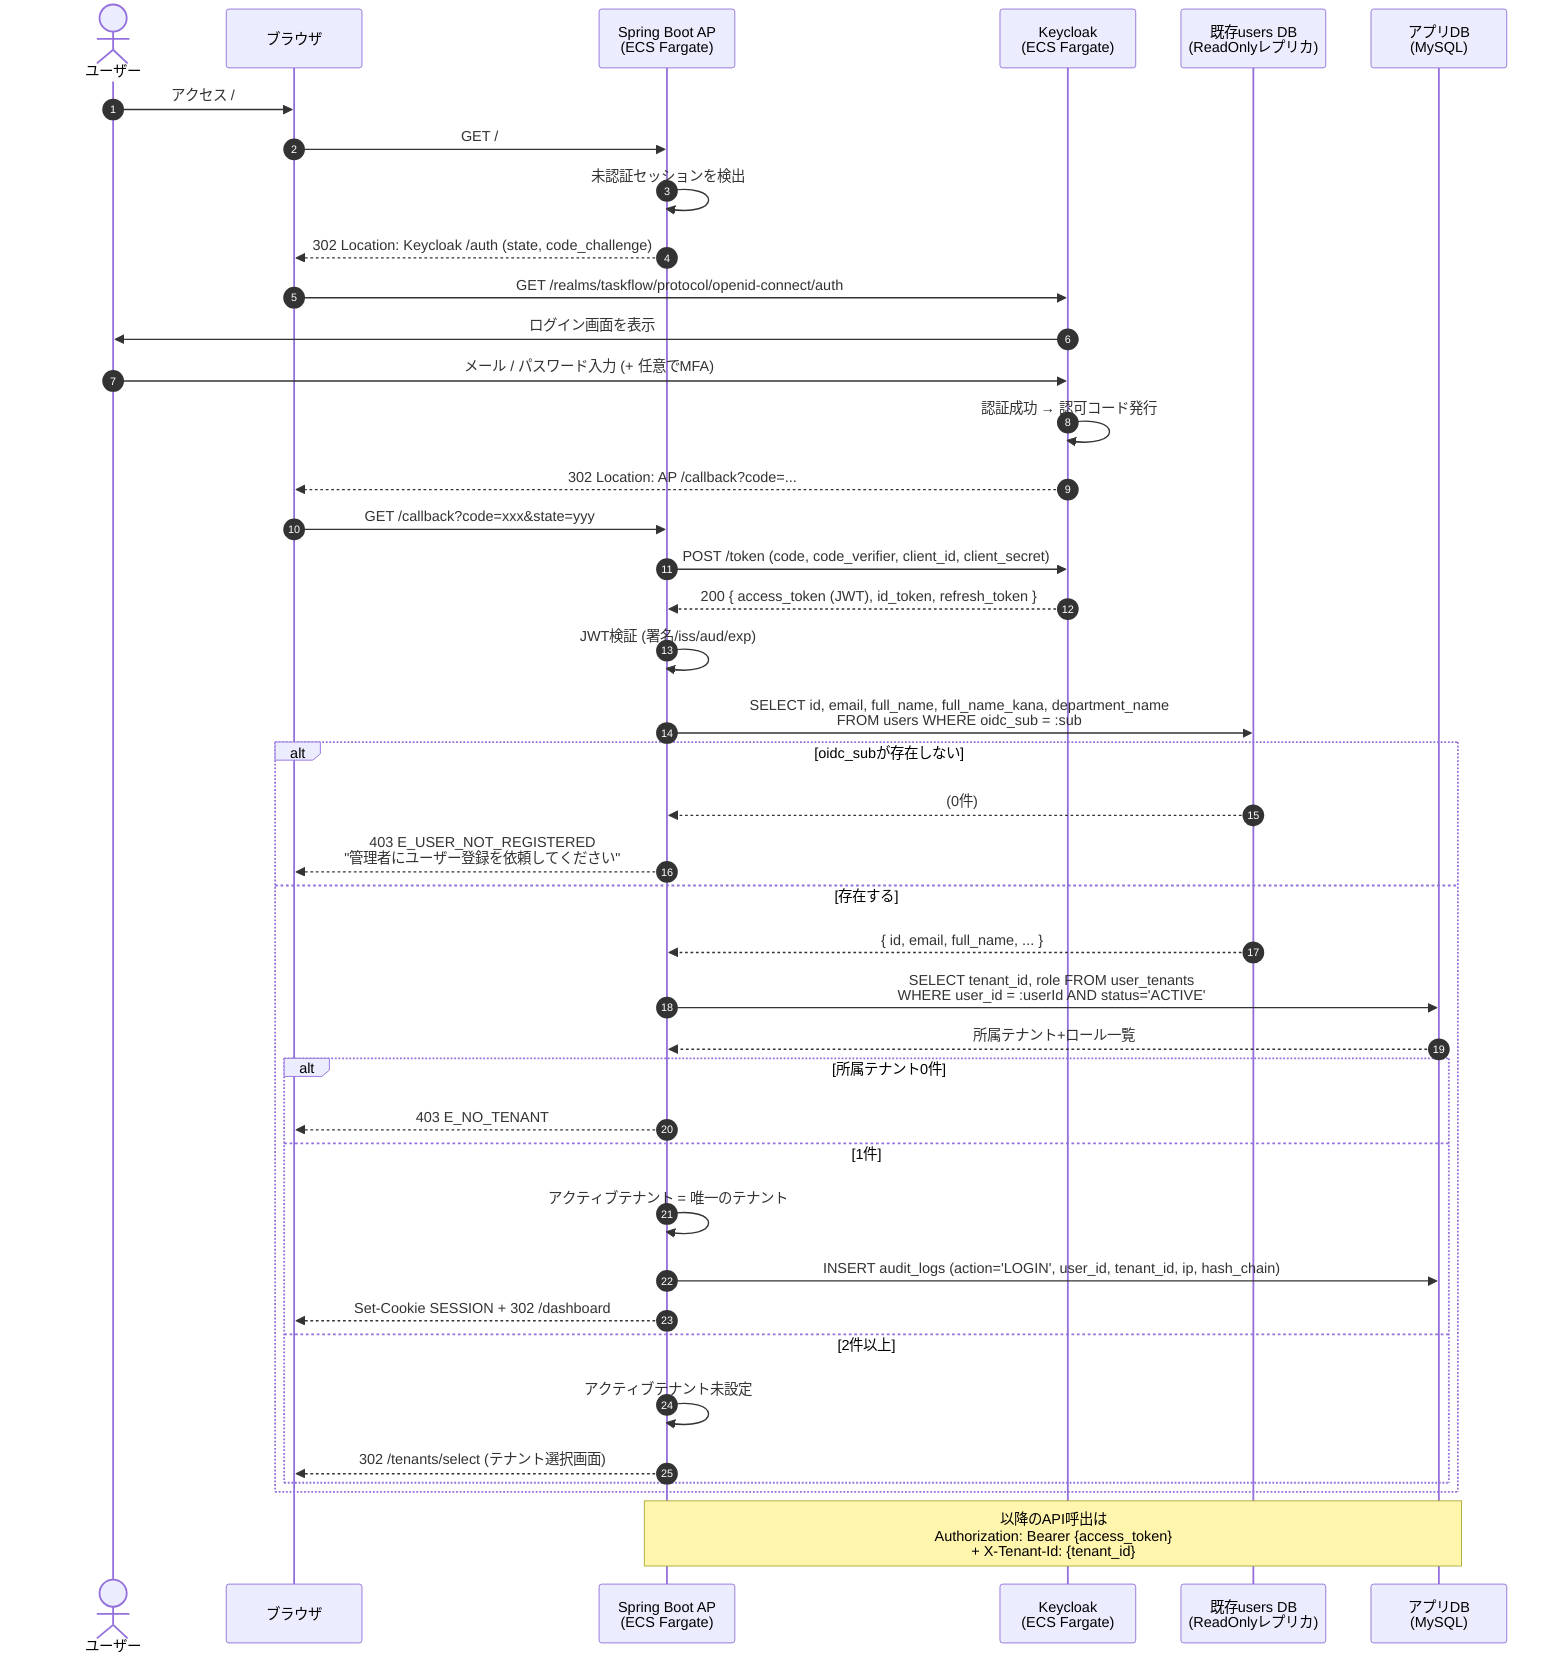
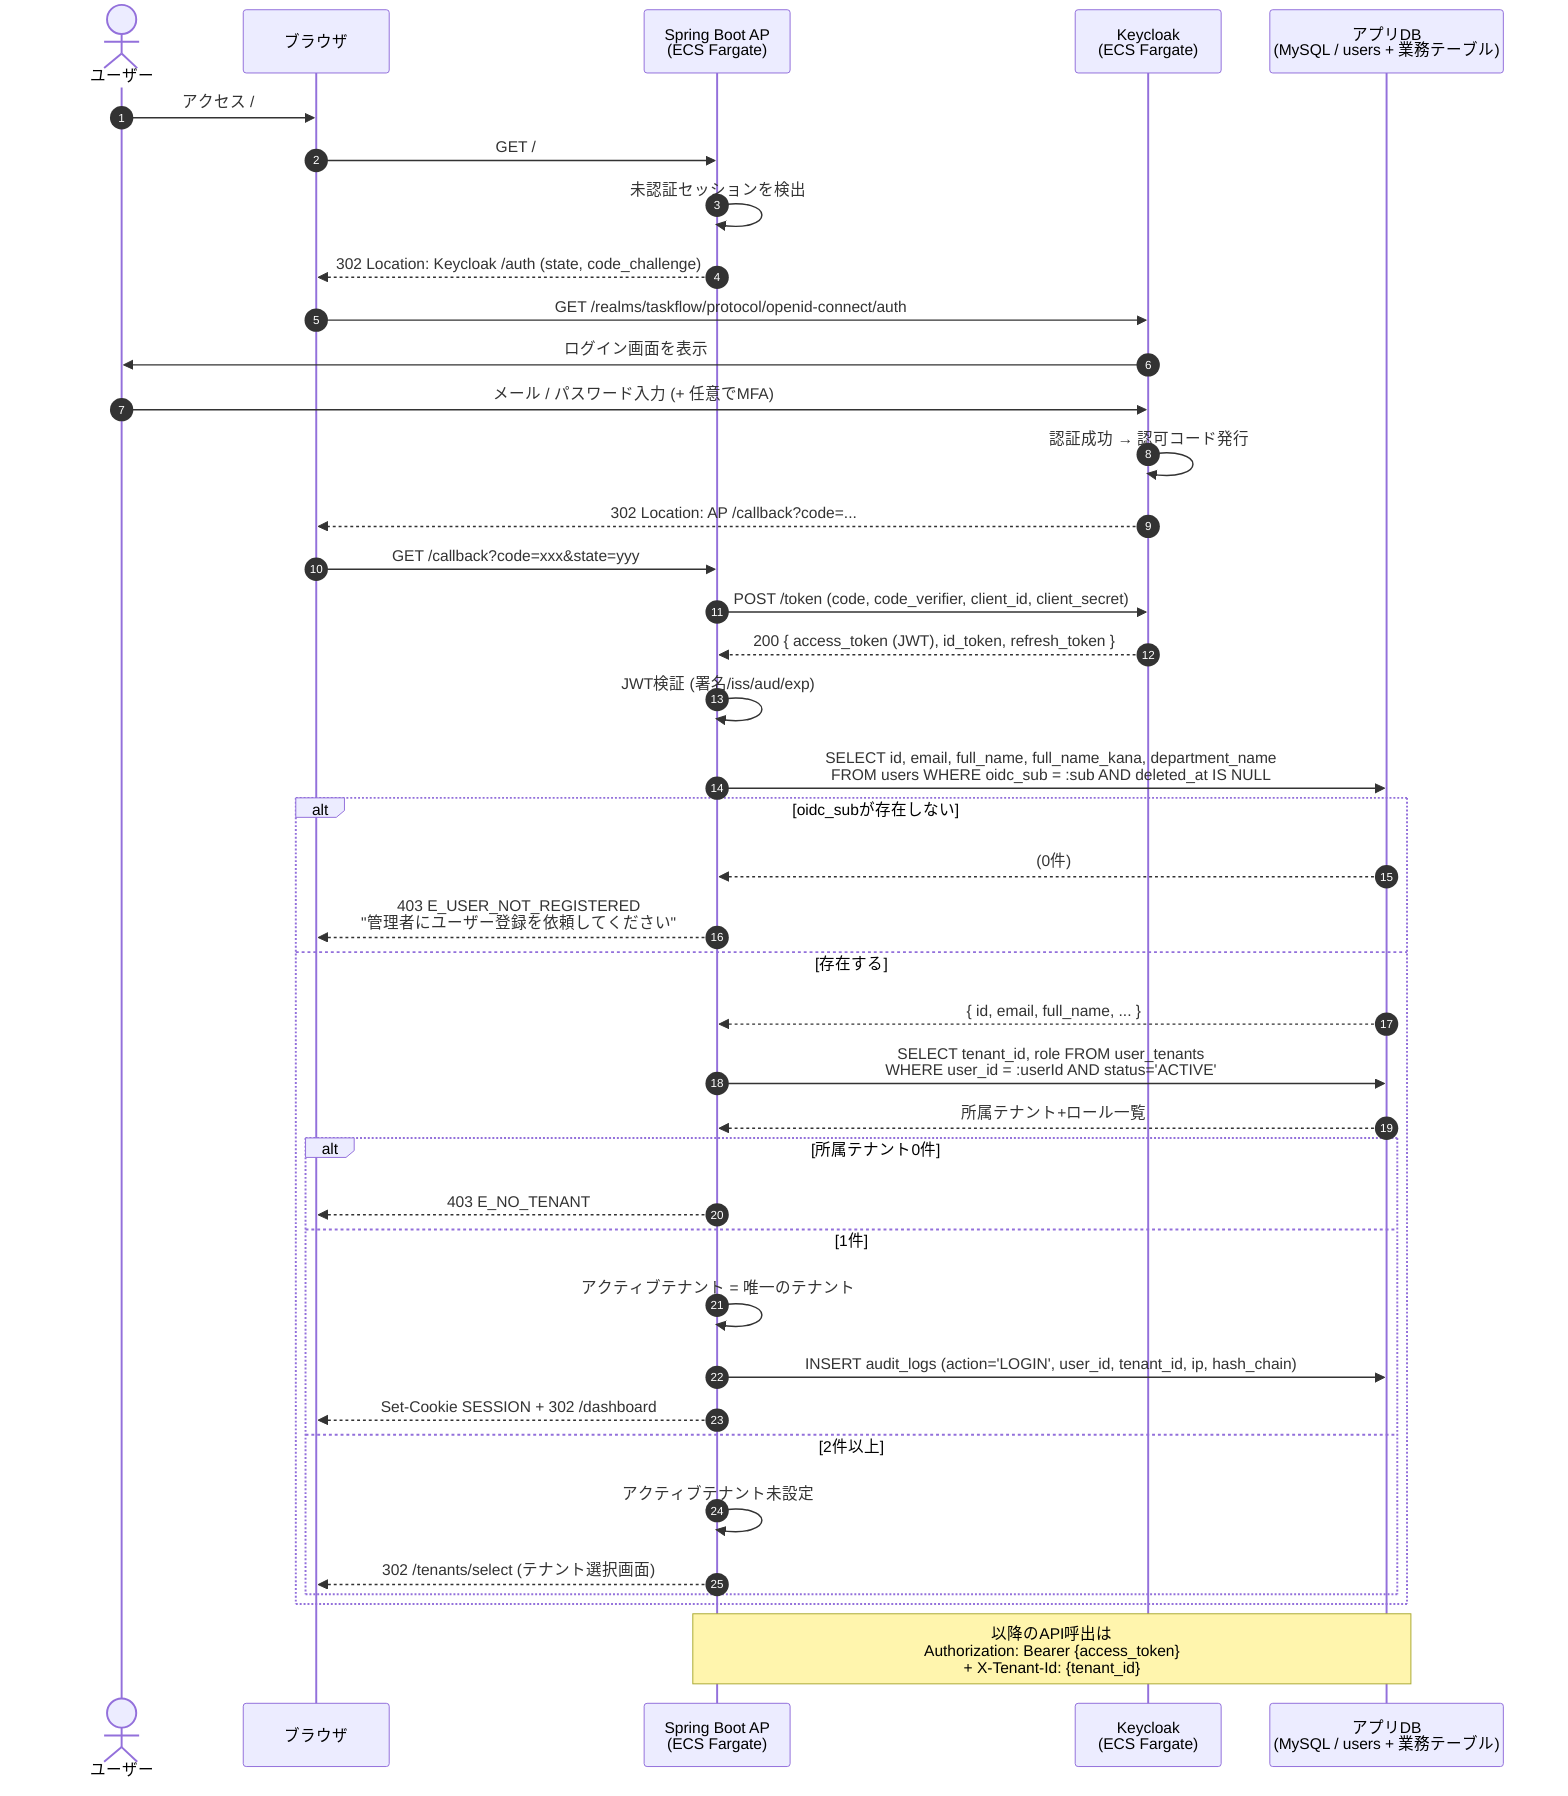
%% ====================================================================
- %% Sequence 01: OIDC Login (Keycloak integration + legacy users lookup)
- %% Task Management System v1.2
+ %% Sequence 01: OIDC Login (Keycloak integration + users lookup)
+ %% Task Management System v1.3 (ADR-0006: users は本システム内 SoT)
%% ====================================================================
sequenceDiagram
  autonumber
  actor User as ユーザー
  participant Browser as ブラウザ
  participant AP as Spring Boot AP<br/>(ECS Fargate)
  participant KC as Keycloak<br/>(ECS Fargate)
-   participant LegacyUsers as 既存users DB<br/>(ReadOnlyレプリカ)
-   participant AppDB as アプリDB<br/>(MySQL)
+   participant AppDB as アプリDB<br/>(MySQL / users + 業務テーブル)

  User->>Browser: アクセス /
  Browser->>AP: GET /
  AP->>AP: 未認証セッションを検出
  AP-->>Browser: 302 Location: Keycloak /auth (state, code_challenge)
  Browser->>KC: GET /realms/taskflow/protocol/openid-connect/auth
  KC->>User: ログイン画面を表示
  User->>KC: メール / パスワード入力 (+ 任意でMFA)
  KC->>KC: 認証成功 → 認可コード発行
  KC-->>Browser: 302 Location: AP /callback?code=...
  Browser->>AP: GET /callback?code=xxx&state=yyy
  AP->>KC: POST /token (code, code_verifier, client_id, client_secret)
  KC-->>AP: 200 { access_token (JWT), id_token, refresh_token }
  AP->>AP: JWT検証 (署名/iss/aud/exp)
-   AP->>LegacyUsers: SELECT id, email, full_name, full_name_kana, department_name<br/>FROM users WHERE oidc_sub = :sub
+   AP->>AppDB: SELECT id, email, full_name, full_name_kana, department_name<br/>FROM users WHERE oidc_sub = :sub AND deleted_at IS NULL
  alt oidc_subが存在しない
-     LegacyUsers-->>AP: (0件)
+     AppDB-->>AP: (0件)
    AP-->>Browser: 403 E_USER_NOT_REGISTERED<br/>"管理者にユーザー登録を依頼してください"
  else 存在する
-     LegacyUsers-->>AP: { id, email, full_name, ... }
+     AppDB-->>AP: { id, email, full_name, ... }
    AP->>AppDB: SELECT tenant_id, role FROM user_tenants<br/>WHERE user_id = :userId AND status='ACTIVE'
    AppDB-->>AP: 所属テナント+ロール一覧
    alt 所属テナント0件
      AP-->>Browser: 403 E_NO_TENANT
    else 1件
      AP->>AP: アクティブテナント = 唯一のテナント
      AP->>AppDB: INSERT audit_logs (action='LOGIN', user_id, tenant_id, ip, hash_chain)
      AP-->>Browser: Set-Cookie SESSION + 302 /dashboard
    else 2件以上
      AP->>AP: アクティブテナント未設定
      AP-->>Browser: 302 /tenants/select (テナント選択画面)
    end
  end

  Note over AP,AppDB: 以降のAPI呼出は<br/>Authorization: Bearer {access_token}<br/>+ X-Tenant-Id: {tenant_id}
